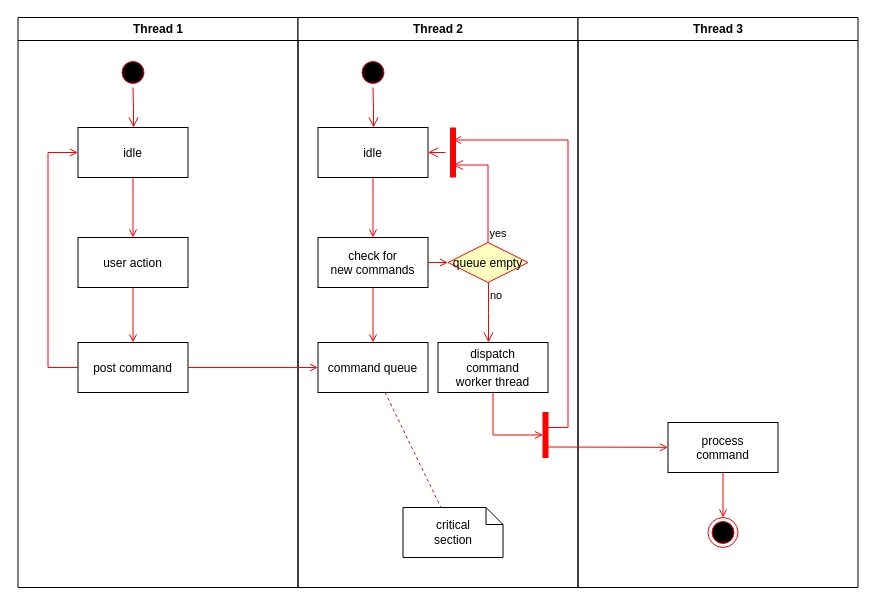
Before: 软工绘图.drawio in RuspeciaNervld/DrawIO, a draw.io diagram. Source tidied: cells renumbered, new cells numbered last; positions are measured from the earlier drawing's top-left corner, leaving out a move shared by most shapes. Both pictures are drawn from the tidied source at 100%, with x=0, y=0 at pixel (17, 17).
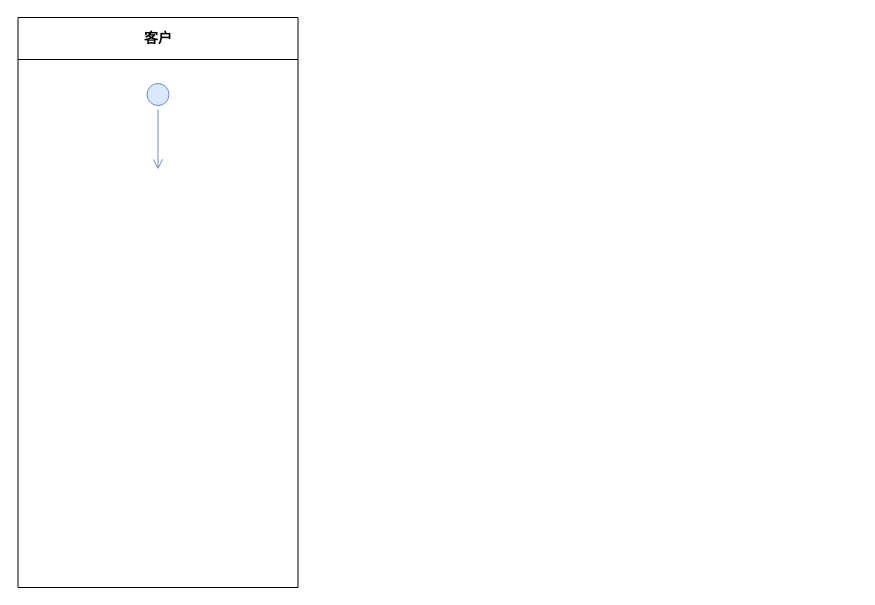
The same diagram, later.

Commit message (it also covers changes not shown here):
更新软工绘图.drawio

The edit, as a diff of the source:
```diff
@@
-    <mxCell id="2" value="Thread 1" style="swimlane;whiteSpace=wrap;" parent="1" vertex="1">
+    <mxCell id="2" value="客户" style="swimlane;whiteSpace=wrap;startSize=42;spacing=2;fontSize=14;" parent="1" vertex="1">
       <mxGeometry x="0.5" width="280" height="570" as="geometry" />
     </mxCell>
-    <mxCell id="3" style="ellipse;shape=startState;fillColor=#000000;strokeColor=#ff0000;" parent="2" vertex="1">
-      <mxGeometry x="100" y="40" width="30" height="30" as="geometry" />
-    </mxCell>
-    <mxCell id="4" style="edgeStyle=elbowEdgeStyle;elbow=horizontal;verticalAlign=bottom;endArrow=open;endSize=8;strokeColor=#FF0000;endFill=1;rounded=0;" parent="2" edge="1" source="3" target="5">
-      <mxGeometry x="100" y="40" as="geometry" />
-    </mxCell>
-    <mxCell id="5" value="idle" parent="2" vertex="1">
-      <mxGeometry x="60" y="110" width="110" height="50" as="geometry" />
-    </mxCell>
-    <mxCell id="6" value="user action" parent="2" vertex="1">
-      <mxGeometry x="60" y="220" width="110" height="50" as="geometry" />
-    </mxCell>
-    <mxCell id="7" style="endArrow=open;strokeColor=#FF0000;endFill=1;rounded=0;" parent="2" edge="1" source="5" target="6">
-      <mxGeometry relative="1" as="geometry" />
-    </mxCell>
-    <mxCell id="8" value="post command" parent="2" vertex="1">
-      <mxGeometry x="60" y="325" width="110" height="50" as="geometry" />
-    </mxCell>
-    <mxCell id="9" style="endArrow=open;strokeColor=#FF0000;endFill=1;rounded=0;" parent="2" edge="1" source="6" target="8">
-      <mxGeometry relative="1" as="geometry" />
-    </mxCell>
-    <mxCell id="10" style="edgeStyle=elbowEdgeStyle;elbow=horizontal;strokeColor=#FF0000;endArrow=open;endFill=1;rounded=0;" parent="2" edge="1" source="8" target="5">
-      <mxGeometry relative="1" as="geometry">
-        <Array as="points">
-          <mxPoint x="30" y="250" />
-        </Array>
-      </mxGeometry>
-    </mxCell>
-    <mxCell id="11" value="Thread 2" style="swimlane;whiteSpace=wrap;" parent="1" vertex="1">
-      <mxGeometry x="280.5" width="280" height="570" as="geometry" />
-    </mxCell>
-    <mxCell id="12" style="ellipse;shape=startState;fillColor=#000000;strokeColor=#ff0000;" parent="11" vertex="1">
-      <mxGeometry x="60" y="40" width="30" height="30" as="geometry" />
-    </mxCell>
-    <mxCell id="13" style="edgeStyle=elbowEdgeStyle;elbow=horizontal;verticalAlign=bottom;endArrow=open;endSize=8;strokeColor=#FF0000;endFill=1;rounded=0;" parent="11" edge="1" source="12" target="14">
-      <mxGeometry x="40" y="20" as="geometry" />
-    </mxCell>
-    <mxCell id="14" value="idle" parent="11" vertex="1">
-      <mxGeometry x="20" y="110" width="110" height="50" as="geometry" />
-    </mxCell>
-    <mxCell id="15" value="check for &#10;new commands" parent="11" vertex="1">
-      <mxGeometry x="20" y="220" width="110" height="50" as="geometry" />
-    </mxCell>
-    <mxCell id="16" style="endArrow=open;strokeColor=#FF0000;endFill=1;rounded=0;" parent="11" edge="1" source="14" target="15">
-      <mxGeometry relative="1" as="geometry" />
-    </mxCell>
-    <mxCell id="17" value="command queue" parent="11" vertex="1">
-      <mxGeometry x="20" y="325" width="110" height="50" as="geometry" />
-    </mxCell>
-    <mxCell id="18" style="endArrow=open;strokeColor=#FF0000;endFill=1;rounded=0;" parent="11" edge="1" source="15" target="17">
-      <mxGeometry relative="1" as="geometry" />
-    </mxCell>
-    <mxCell id="19" value="queue empty" style="rhombus;fillColor=#ffffc0;strokeColor=#ff0000;" parent="11" vertex="1">
-      <mxGeometry x="150" y="225" width="80" height="40" as="geometry" />
-    </mxCell>
-    <mxCell id="20" value="yes" style="edgeStyle=elbowEdgeStyle;elbow=horizontal;align=left;verticalAlign=bottom;endArrow=open;endSize=8;strokeColor=#FF0000;exitX=0.5;exitY=0;endFill=1;rounded=0;entryX=0.75;entryY=0.5;entryPerimeter=0;" parent="11" edge="1" source="19" target="23">
-      <mxGeometry x="-1" relative="1" as="geometry">
-        <Array as="points">
-          <mxPoint x="190" y="180" />
-        </Array>
-      </mxGeometry>
-    </mxCell>
-    <mxCell id="21" value="no" style="edgeStyle=elbowEdgeStyle;elbow=horizontal;align=left;verticalAlign=top;endArrow=open;endSize=8;strokeColor=#FF0000;endFill=1;rounded=0;" parent="11" edge="1" source="19" target="25">
-      <mxGeometry x="-1" relative="1" as="geometry" />
-    </mxCell>
-    <mxCell id="22" style="endArrow=open;strokeColor=#FF0000;endFill=1;rounded=0;" parent="11" edge="1" source="15" target="19">
-      <mxGeometry relative="1" as="geometry" />
-    </mxCell>
-    <mxCell id="23" style="shape=line;strokeWidth=6;strokeColor=#ff0000;rotation=90;" parent="11" vertex="1">
-      <mxGeometry x="130" y="127.5" width="50" height="15" as="geometry" />
-    </mxCell>
-    <mxCell id="24" style="edgeStyle=elbowEdgeStyle;elbow=horizontal;verticalAlign=bottom;endArrow=open;endSize=8;strokeColor=#FF0000;endFill=1;rounded=0;" parent="11" edge="1" source="23" target="14">
-      <mxGeometry x="130" y="90" as="geometry" />
-    </mxCell>
-    <mxCell id="25" value="dispatch&#10;command&#10;worker thread" parent="11" vertex="1">
-      <mxGeometry x="140" y="325" width="110" height="50" as="geometry" />
-    </mxCell>
-    <mxCell id="26" value="critical&#10;section" style="shape=note;whiteSpace=wrap;size=17;" parent="11" vertex="1">
-      <mxGeometry x="105" y="490" width="100" height="50" as="geometry" />
-    </mxCell>
-    <mxCell id="27" style="endArrow=none;strokeColor=#FF0000;endFill=0;rounded=0;dashed=1;" parent="11" edge="1" source="17" target="26">
-      <mxGeometry relative="1" as="geometry" />
-    </mxCell>
-    <mxCell id="28" style="whiteSpace=wrap;strokeColor=#FF0000;fillColor=#FF0000;" parent="11" vertex="1">
-      <mxGeometry x="245" y="395" width="5" height="45" as="geometry" />
-    </mxCell>
-    <mxCell id="29" style="edgeStyle=elbowEdgeStyle;elbow=horizontal;entryX=0;entryY=0.5;strokeColor=#FF0000;endArrow=open;endFill=1;rounded=0;" parent="11" edge="1" source="25" target="28">
-      <mxGeometry relative="1" as="geometry">
-        <Array as="points">
-          <mxPoint x="195" y="400" />
-        </Array>
-      </mxGeometry>
-    </mxCell>
-    <mxCell id="30" value="Thread 3" style="swimlane;whiteSpace=wrap;" parent="1" vertex="1">
-      <mxGeometry x="560.5" width="280" height="570" as="geometry" />
-    </mxCell>
-    <mxCell id="31" value="process&#10;command" parent="30" vertex="1">
-      <mxGeometry x="90" y="405" width="110" height="50" as="geometry" />
-    </mxCell>
-    <mxCell id="32" style="edgeStyle=elbowEdgeStyle;elbow=horizontal;strokeColor=#FF0000;endArrow=open;endFill=1;rounded=0;entryX=0.25;entryY=0.5;entryPerimeter=0;" parent="30" edge="1" target="23">
-      <mxGeometry relative="1" as="geometry">
-        <mxPoint x="-30" y="410" as="sourcePoint" />
-        <Array as="points">
-          <mxPoint x="-10" y="135" />
-        </Array>
-      </mxGeometry>
-    </mxCell>
-    <mxCell id="33" style="edgeStyle=none;strokeColor=#FF0000;endArrow=open;endFill=1;rounded=0;" parent="30" edge="1" target="31">
-      <mxGeometry relative="1" as="geometry">
-        <mxPoint x="-30" y="429.5" as="sourcePoint" />
-      </mxGeometry>
-    </mxCell>
-    <mxCell id="34" style="ellipse;shape=endState;fillColor=#000000;strokeColor=#ff0000;" parent="30" vertex="1">
-      <mxGeometry x="130" y="500" width="30" height="30" as="geometry" />
-    </mxCell>
-    <mxCell id="35" style="endArrow=open;strokeColor=#FF0000;endFill=1;rounded=0;" parent="30" edge="1" source="31" target="34">
-      <mxGeometry relative="1" as="geometry" />
-    </mxCell>
-    <mxCell id="36" style="endArrow=open;strokeColor=#FF0000;endFill=1;rounded=0;" parent="1" edge="1" source="8" target="17">
-      <mxGeometry relative="1" as="geometry" />
-    </mxCell>
+    <mxCell id="37" style="ellipse;html=1;shape=startState;fillColor=#dae8fc;strokeColor=#6c8ebf;" parent="2" vertex="1">
+      <mxGeometry x="125" y="62" width="30" height="30" as="geometry" />
+    </mxCell>
+    <mxCell id="38" style="edgeStyle=orthogonalEdgeStyle;html=1;verticalAlign=bottom;endArrow=open;endSize=8;strokeColor=#6c8ebf;rounded=0;fillColor=#dae8fc;" parent="2" edge="1" source="37">
+      <mxGeometry relative="1" as="geometry">
+        <mxPoint x="140" y="152" as="targetPoint" />
+      </mxGeometry>
+    </mxCell>
```
